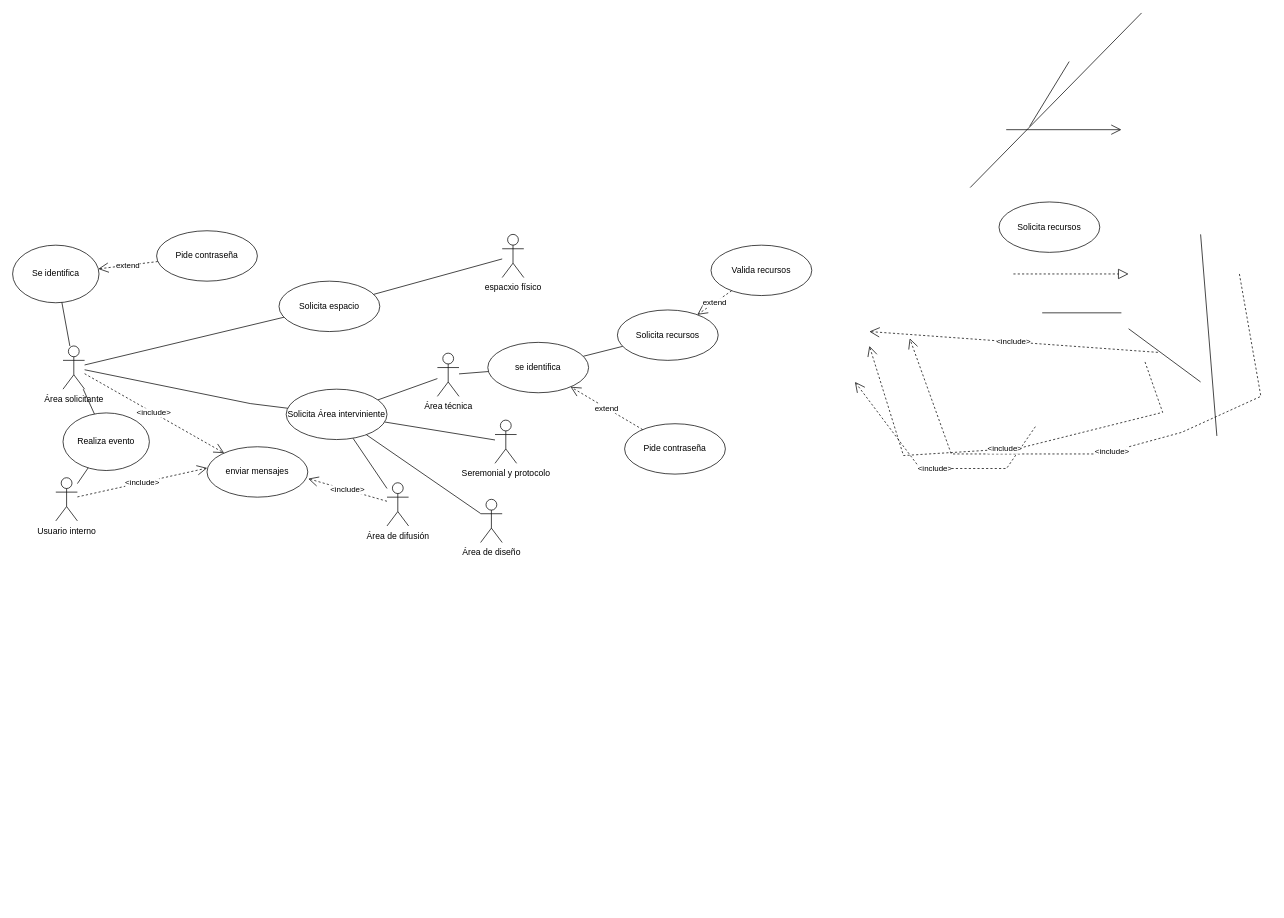
Before: CasoDeUso.drawio in JonathanUrquiza/DER, a draw.io diagram. Source tidied: cells renumbered, new cells numbered last; positions are measured from the earlier drawing's top-left corner, leaving out a move shared by most shapes. Both pictures are drawn from the tidied source at 72%, with x=0, y=0 at pixel (12, 12).
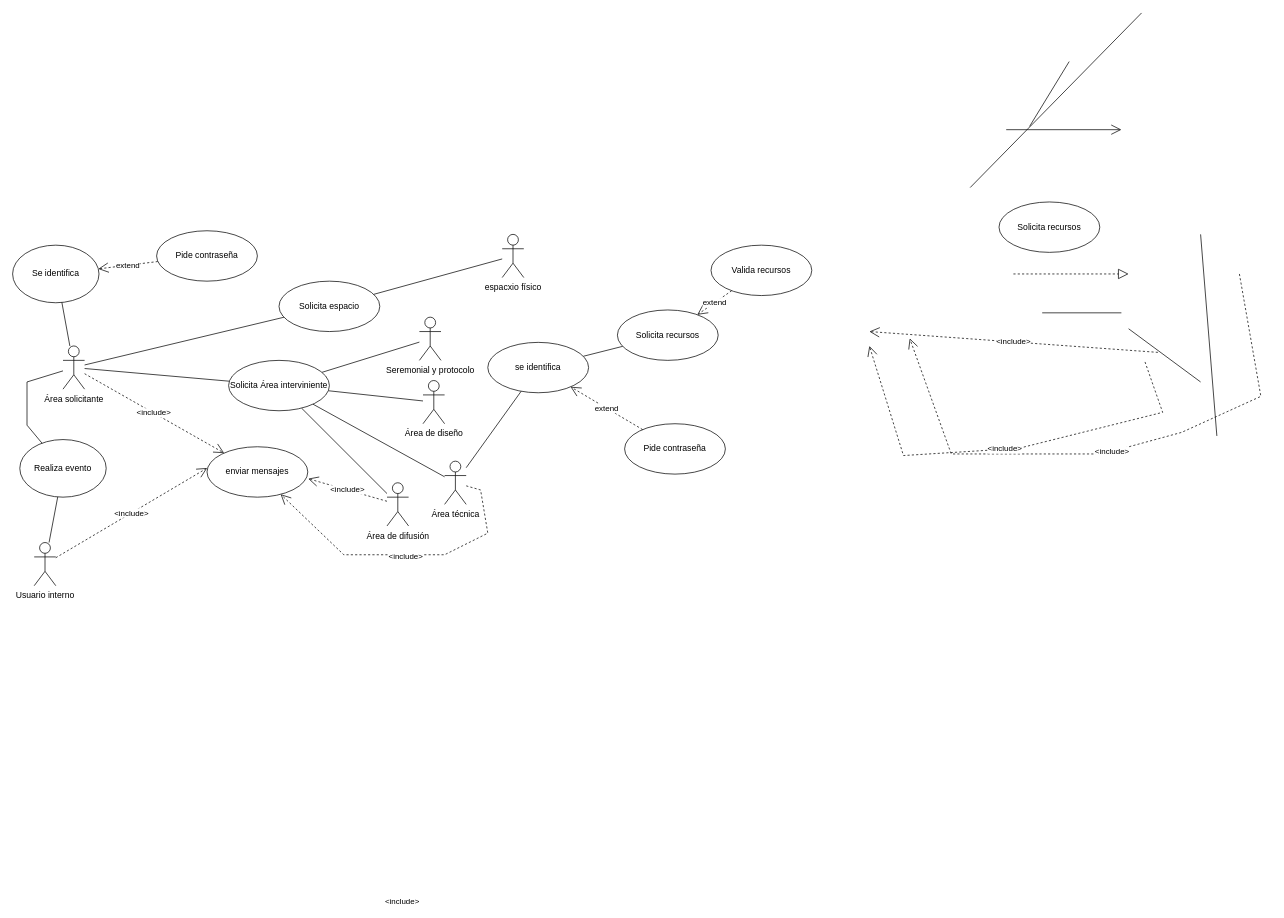
The same diagram, later.

The change refers to these unchanged cells:
```xml
<mxCell id="16" value="enviar mensajes" style="ellipse;whiteSpace=wrap;html=1;" parent="1" vertex="1">
  <mxGeometry x="270" y="603" width="140" height="70" as="geometry" />
</mxCell>
<mxCell id="31" value="Área solicitante" style="shape=umlActor;verticalLabelPosition=bottom;verticalAlign=top;html=1;" parent="1" vertex="1">
  <mxGeometry x="70" y="463" width="30" height="60" as="geometry" />
</mxCell>
```

Change to the diagram source:
```diff
@@
     <mxCell id="2" value="Área técnica" style="shape=umlActor;verticalLabelPosition=bottom;verticalAlign=top;html=1;outlineConnect=0;" parent="1" vertex="1">
-      <mxGeometry x="590" y="473" width="30" height="60" as="geometry" />
+      <mxGeometry x="600" y="623" width="30" height="60" as="geometry" />
     </mxCell>
     <mxCell id="3" value="Usuario interno" style="shape=umlActor;verticalLabelPosition=bottom;verticalAlign=top;html=1;outlineConnect=0;" parent="1" vertex="1">
-      <mxGeometry x="60" y="646" width="30" height="60" as="geometry" />
+      <mxGeometry x="30" y="736" width="30" height="60" as="geometry" />
     </mxCell>
@@
     <mxCell id="6" value="Área de diseño" style="shape=umlActor;verticalLabelPosition=bottom;verticalAlign=top;html=1;outlineConnect=0;" parent="1" vertex="1">
-      <mxGeometry x="650" y="676" width="30" height="60" as="geometry" />
+      <mxGeometry x="570" y="511" width="30" height="60" as="geometry" />
     </mxCell>
     <mxCell id="7" value="Seremonial y protocolo" style="shape=umlActor;verticalLabelPosition=bottom;verticalAlign=top;html=1;outlineConnect=0;" parent="1" vertex="1">
-      <mxGeometry x="670" y="566" width="30" height="60" as="geometry" />
+      <mxGeometry x="565" y="423" width="30" height="60" as="geometry" />
     </mxCell>
     <mxCell id="8" value="Realiza evento" style="ellipse;whiteSpace=wrap;html=1;" parent="1" vertex="1">
-      <mxGeometry x="70" y="556" width="120" height="80" as="geometry" />
+      <mxGeometry x="10" y="593" width="120" height="80" as="geometry" />
     </mxCell>
@@
     <mxCell id="20" style="endArrow=none;html=1;rounded=0;" parent="1" edge="1" source="8" target="31">
-      <mxGeometry relative="1" as="geometry" />
+      <mxGeometry relative="1" as="geometry">
+        <Array as="points">
+          <mxPoint x="20" y="573" />
+          <mxPoint x="20" y="513" />
+        </Array>
+      </mxGeometry>
     </mxCell>
@@
-    <mxCell id="40" value="&amp;lt;include&amp;gt;" style="endArrow=open;endSize=12;dashed=1;html=1;rounded=0;entryX=1;entryY=1;entryDx=0;entryDy=0;" parent="1" edge="1">
-      <mxGeometry relative="1" as="geometry">
-        <mxPoint x="1420.5" y="575.1" as="sourcePoint" />
-        <mxPoint x="1170" y="513" as="targetPoint" />
+    <mxCell id="40" value="&amp;lt;include&amp;gt;" style="endArrow=open;endSize=12;dashed=1;html=1;rounded=0;" parent="1" edge="1" source="2" target="16">
+      <mxGeometry x="0.12" y="454" relative="1" as="geometry">
         <Array as="points">
-          <mxPoint x="1380.5" y="633.2" />
-          <mxPoint x="1260.5" y="633.2" />
+          <mxPoint x="650" y="663" />
+          <mxPoint x="660" y="723" />
+          <mxPoint x="600" y="753" />
+          <mxPoint x="460" y="753" />
         </Array>
+        <mxPoint x="22" y="27" as="offset" />
       </mxGeometry>
     </mxCell>
+    <mxCell id="49" value="&amp;lt;include&amp;gt;" style="edgeLabel;html=1;align=center;verticalAlign=middle;" parent="40" vertex="1">
+      <mxGeometry x="-0.01" y="2" relative="1" as="geometry" />
+    </mxCell>
@@
     <mxCell id="43" value="Solicita Área interviniente" style="ellipse;whiteSpace=wrap;html=1;" parent="1" vertex="1">
-      <mxGeometry x="380" y="523" width="140" height="70" as="geometry" />
+      <mxGeometry x="300" y="483" width="140" height="70" as="geometry" />
     </mxCell>
     <mxCell id="44" style="endArrow=none;html=1;rounded=0;" parent="1" edge="1" source="31" target="43">
-      <mxGeometry relative="1" as="geometry">
-        <Array as="points">
-          <mxPoint x="330" y="543" />
-        </Array>
-      </mxGeometry>
+      <mxGeometry relative="1" as="geometry" />
     </mxCell>
```
